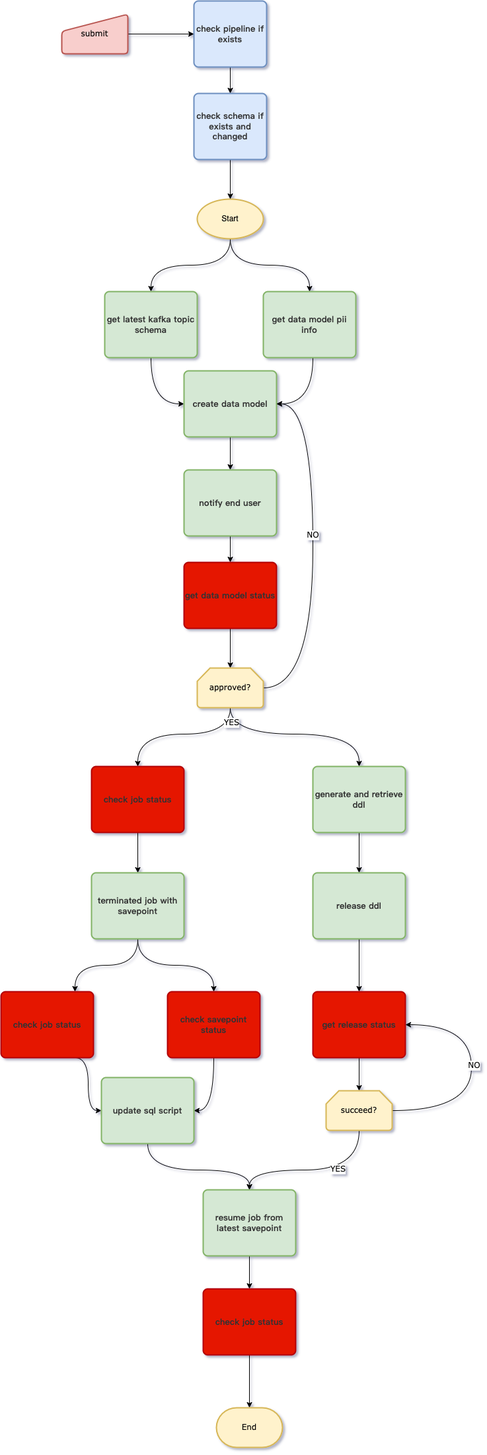
Earlier version of the draw.io export streaming-automation/update_schema_workflow.drawio.png (Lakers-repo/diagram). Source tidied: cells renumbered, new cells last; positions are measured from the earlier drawing's top-left corner, leaving out a move shared by most shapes.
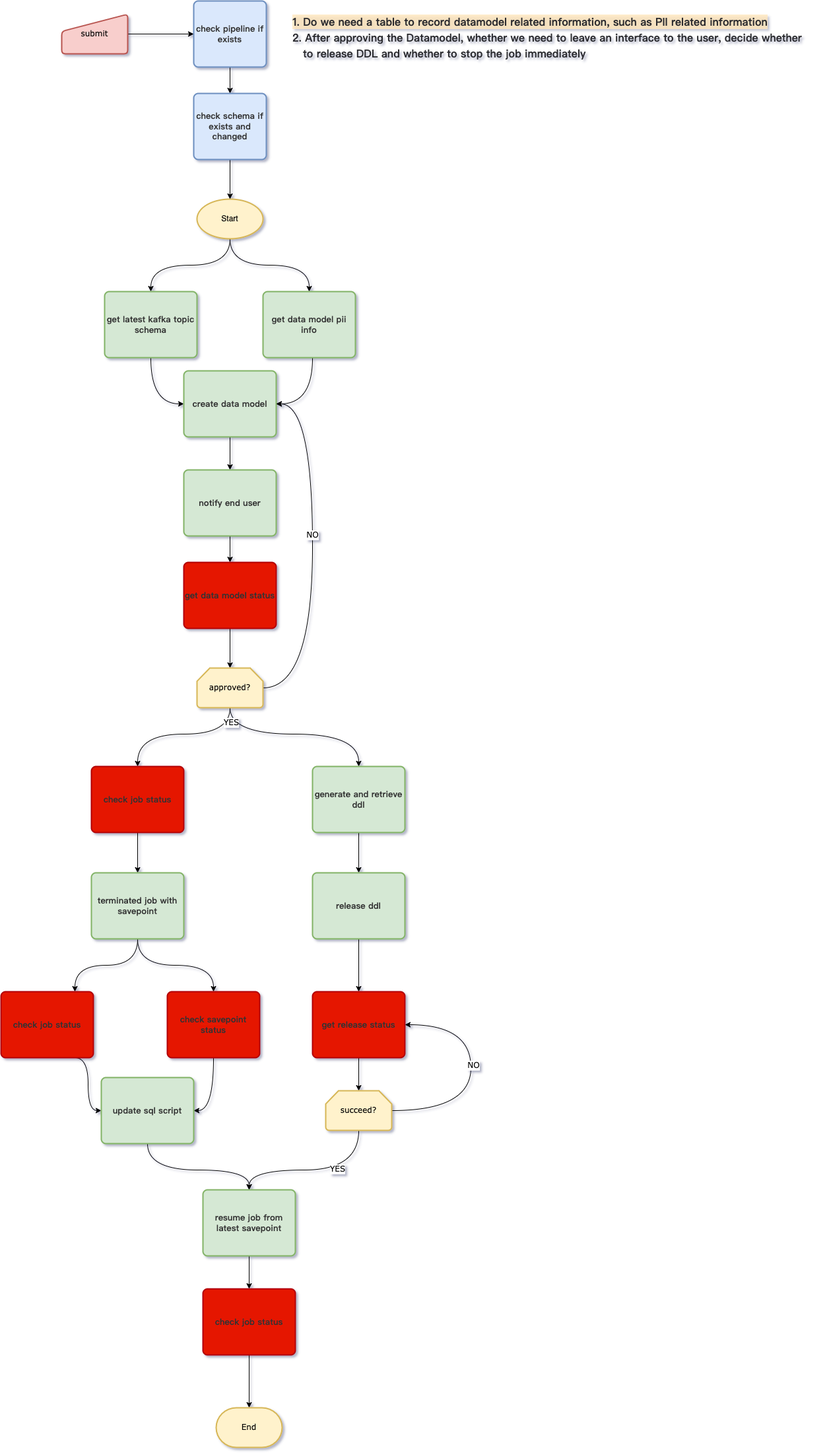
The same file after the commit.

Diff of the diagram source:
```diff
@@ -202,5 +202,8 @@
     <mxCell id="53" value="End" style="strokeWidth=2;html=1;shape=mxgraph.flowchart.terminator;whiteSpace=wrap;fontFamily=Verdana;fillColor=#fff2cc;strokeColor=#d6b656;rounded=1;" parent="1" vertex="1">
       <mxGeometry x="326" y="2130" width="100" height="60" as="geometry" />
     </mxCell>
+    <mxCell id="54" value="&lt;div class=&quot;mind-clipboard&quot;&gt;&lt;p style=&quot;box-sizing: border-box; margin: 0px; padding: 0px; color: rgb(42, 43, 46); font-size: 16px; line-height: 24px; caret-color: rgb(42, 43, 46); font-family: &amp;quot;PingFang SC&amp;quot;, &amp;quot;Microsoft YaHei&amp;quot;, 微软雅黑, 宋体, &amp;quot;Malgun Gothic&amp;quot;, sans-serif; text-size-adjust: auto;&quot; class=&quot;tgt color_text_1 un-step-trans&quot;&gt;&lt;span style=&quot;box-sizing: border-box; background-color: rgba(255, 228, 181, 0.7); line-height: 24px; display: inline;&quot; class=&quot;tgt color_text_1 highlight&quot;&gt;&lt;b&gt;1. Do we need a table to record datamodel related information, such as PII related information&lt;br&gt;&lt;/b&gt;&lt;/span&gt;&lt;/p&gt;&lt;p style=&quot;box-sizing: border-box; margin: 0px; padding: 0px; color: rgb(42, 43, 46); font-size: 16px; line-height: 24px; caret-color: rgb(42, 43, 46); font-family: &amp;quot;PingFang SC&amp;quot;, &amp;quot;Microsoft YaHei&amp;quot;, 微软雅黑, 宋体, &amp;quot;Malgun Gothic&amp;quot;, sans-serif; text-size-adjust: auto;&quot; class=&quot;tgt color_text_1 un-step-trans&quot;&gt;&lt;span style=&quot;box-sizing: border-box; line-height: 24px; display: inline;&quot; class=&quot;tgt color_text_1&quot;&gt;&lt;b&gt;2. After approving the Datamodel, whether we need to leave an interface to the user, decide whether&amp;nbsp;&lt;/b&gt;&lt;/span&gt;&lt;/p&gt;&lt;p style=&quot;box-sizing: border-box; margin: 0px; padding: 0px; color: rgb(42, 43, 46); font-size: 16px; line-height: 24px; caret-color: rgb(42, 43, 46); font-family: &amp;quot;PingFang SC&amp;quot;, &amp;quot;Microsoft YaHei&amp;quot;, 微软雅黑, 宋体, &amp;quot;Malgun Gothic&amp;quot;, sans-serif; text-size-adjust: auto;&quot; class=&quot;tgt color_text_1 un-step-trans&quot;&gt;&lt;span style=&quot;box-sizing: border-box; line-height: 24px; display: inline;&quot; class=&quot;tgt color_text_1&quot;&gt;&lt;b&gt;&amp;nbsp; &amp;nbsp;to release DDL and whether to stop the job immediately&lt;/b&gt;&lt;/span&gt;&lt;/p&gt;&lt;/div&gt;" style="text;html=1;align=left;verticalAlign=middle;fillColor=none;strokeColor=none;rounded=0;" parent="1" vertex="1">
+      <mxGeometry x="440" y="10" width="800" height="90" as="geometry" />
+    </mxCell>
   </root>
 </mxGraphModel>
```
